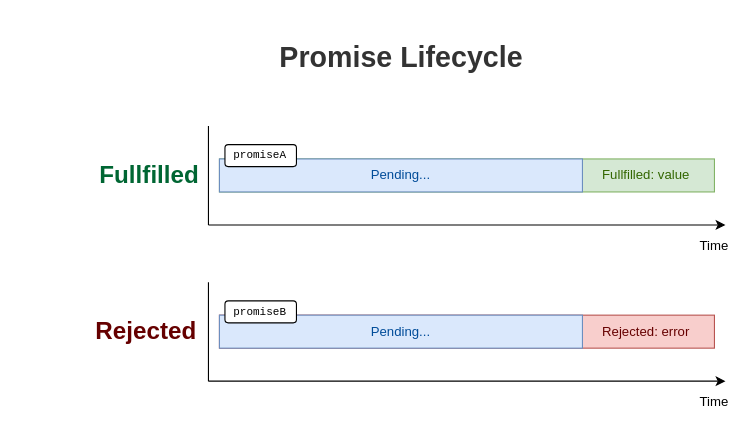
Earlier version of the draw.io diagram page "Fulfilled" (1 of 2) of content/posts/140-promise/diagrams/diagram.drawio (panzerdp/dmitripavlutin.com). Source tidied: cells renumbered, new cells numbered last; positions are measured from the earlier drawing's top-left corner, leaving out a move shared by most shapes. Both pictures are drawn from the tidied source at 110%, with x=0, y=0 at pixel (19, 19).
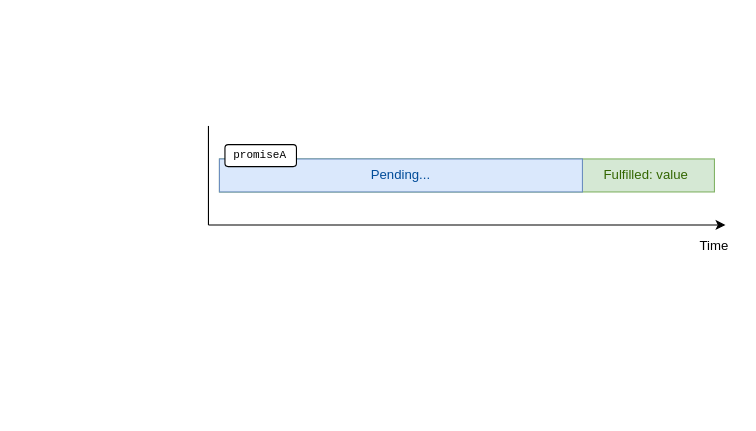
After the change.

Commit message (it also covers changes not shown here):
Post promise

Diff of the diagram source:
```diff
@@
-    <mxCell id="3" value="Promise Lifecycle" style="text;strokeColor=none;fillColor=none;html=1;fontSize=26;fontStyle=1;verticalAlign=middle;align=center;fontColor=#333333;" parent="1" vertex="1">
-      <mxGeometry x="232" width="230" height="70" as="geometry" />
-    </mxCell>
@@
-    <mxCell id="9" value="Fullfilled: value" style="text;html=1;strokeColor=none;fillColor=none;align=center;verticalAlign=middle;whiteSpace=wrap;rounded=0;fontColor=#336600;" parent="1" vertex="1">
+    <mxCell id="9" value="Fulfilled: value" style="text;html=1;strokeColor=none;fillColor=none;align=center;verticalAlign=middle;whiteSpace=wrap;rounded=0;fontColor=#336600;" parent="1" vertex="1">
       <mxGeometry x="505" y="132" width="130" height="20" as="geometry" />
     </mxCell>
@@
-    <mxCell id="12" value="Fullfilled" style="text;strokeColor=none;fillColor=none;html=1;fontSize=22;fontStyle=1;verticalAlign=middle;align=center;fontColor=#006633;" parent="1" vertex="1">
-      <mxGeometry x="3" y="107" width="230" height="70" as="geometry" />
-    </mxCell>
-    <mxCell id="13" style="rounded=0;whiteSpace=wrap;html=1;fillColor=#f8cecc;strokeColor=#b85450;" parent="1" vertex="1">
-      <mxGeometry x="182" y="269" width="450" height="30" as="geometry" />
-    </mxCell>
-    <mxCell id="14" style="endArrow=classic;html=1;" parent="1" edge="1">
-      <mxGeometry relative="1" as="geometry">
-        <mxPoint x="172" y="329" as="sourcePoint" />
-        <mxPoint x="642" y="329" as="targetPoint" />
-      </mxGeometry>
-    </mxCell>
-    <mxCell id="15" style="endArrow=none;html=1;" parent="1" edge="1">
-      <mxGeometry relative="1" as="geometry">
-        <mxPoint x="172" y="329" as="sourcePoint" />
-        <mxPoint x="172" y="239" as="targetPoint" />
-      </mxGeometry>
-    </mxCell>
-    <mxCell id="16" value="Time" style="text;html=1;strokeColor=none;fillColor=none;align=center;verticalAlign=middle;whiteSpace=wrap;rounded=0;" parent="1" vertex="1">
-      <mxGeometry x="612" y="338" width="40" height="20" as="geometry" />
-    </mxCell>
-    <mxCell id="17" style="rounded=0;whiteSpace=wrap;html=1;fillColor=#dae8fc;strokeColor=#6c8ebf;" parent="1" vertex="1">
-      <mxGeometry x="182" y="269" width="330" height="30" as="geometry" />
-    </mxCell>
-    <mxCell id="18" value="Pending..." style="text;html=1;strokeColor=none;fillColor=none;align=center;verticalAlign=middle;whiteSpace=wrap;rounded=0;fontColor=#004C99;" parent="1" vertex="1">
-      <mxGeometry x="307" y="274" width="80" height="20" as="geometry" />
-    </mxCell>
-    <mxCell id="19" value="Rejected: error" style="text;html=1;strokeColor=none;fillColor=none;align=center;verticalAlign=middle;whiteSpace=wrap;rounded=0;fontColor=#660000;" parent="1" vertex="1">
-      <mxGeometry x="505" y="274" width="130" height="20" as="geometry" />
-    </mxCell>
-    <mxCell id="20" style="rounded=1;whiteSpace=wrap;html=1;labelBackgroundColor=#ffffff;fontFamily=Courier New;fontSize=23;fontColor=#666666;align=left;" parent="1" vertex="1">
-      <mxGeometry x="187" y="256" width="65" height="20" as="geometry" />
-    </mxCell>
-    <mxCell id="21" value="promiseB" style="text;html=1;strokeColor=none;fillColor=none;align=center;verticalAlign=middle;whiteSpace=wrap;rounded=0;fontSize=10;fontFamily=Courier New;" parent="1" vertex="1">
-      <mxGeometry x="193" y="256" width="52" height="20" as="geometry" />
-    </mxCell>
-    <mxCell id="22" value="Rejected" style="text;strokeColor=none;fillColor=none;html=1;fontSize=22;fontStyle=1;verticalAlign=middle;align=center;fontColor=#660000;" parent="1" vertex="1">
-      <mxGeometry y="249" width="230" height="70" as="geometry" />
-    </mxCell>
```
